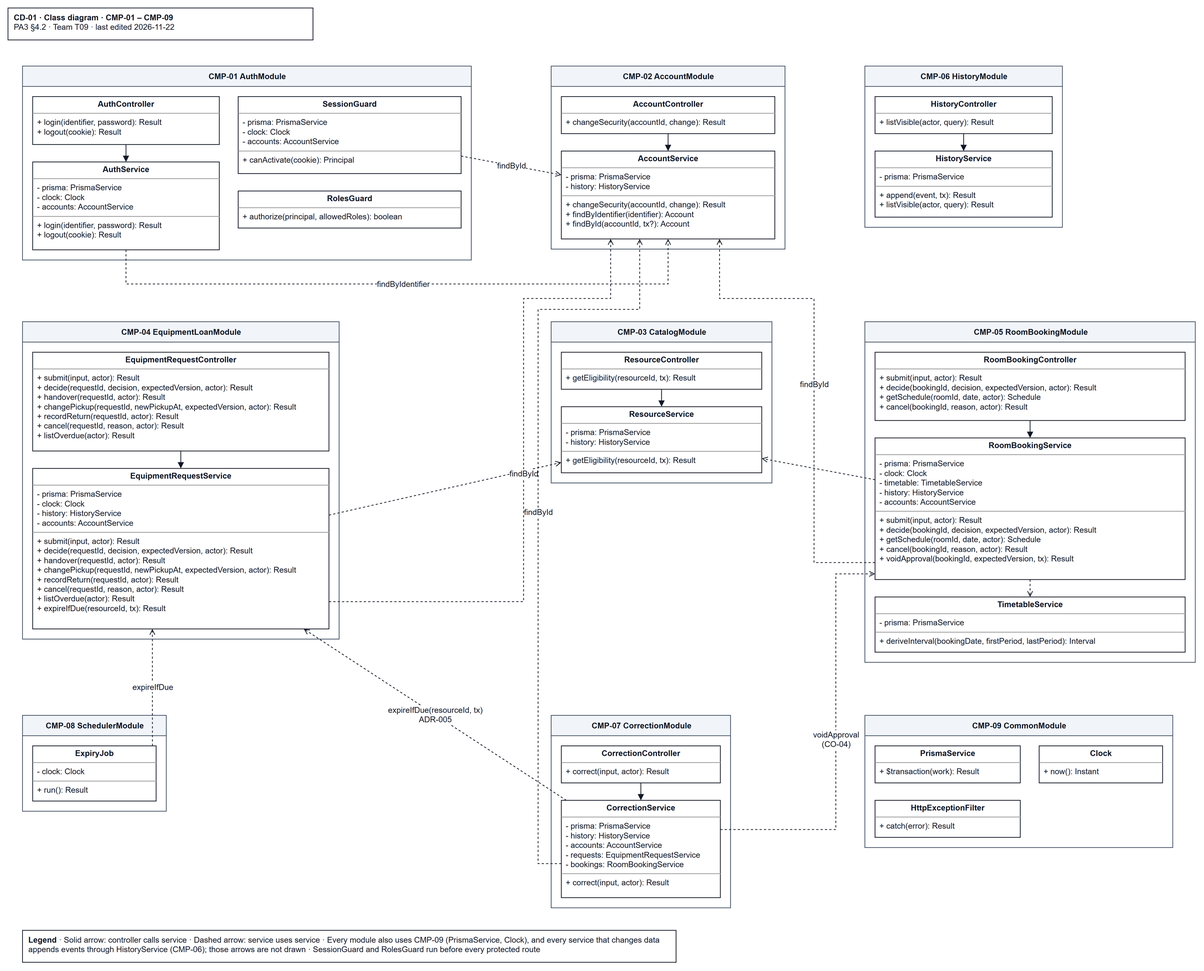
Earlier version of the draw.io export docs/design/diagrams/CD-01_component-classes.drawio.png (JuliaTrang/T09-CampusBorrow). Source tidied: cells renumbered, new cells last; positions are measured from the earlier drawing's top-left corner, leaving out a move shared by most shapes.
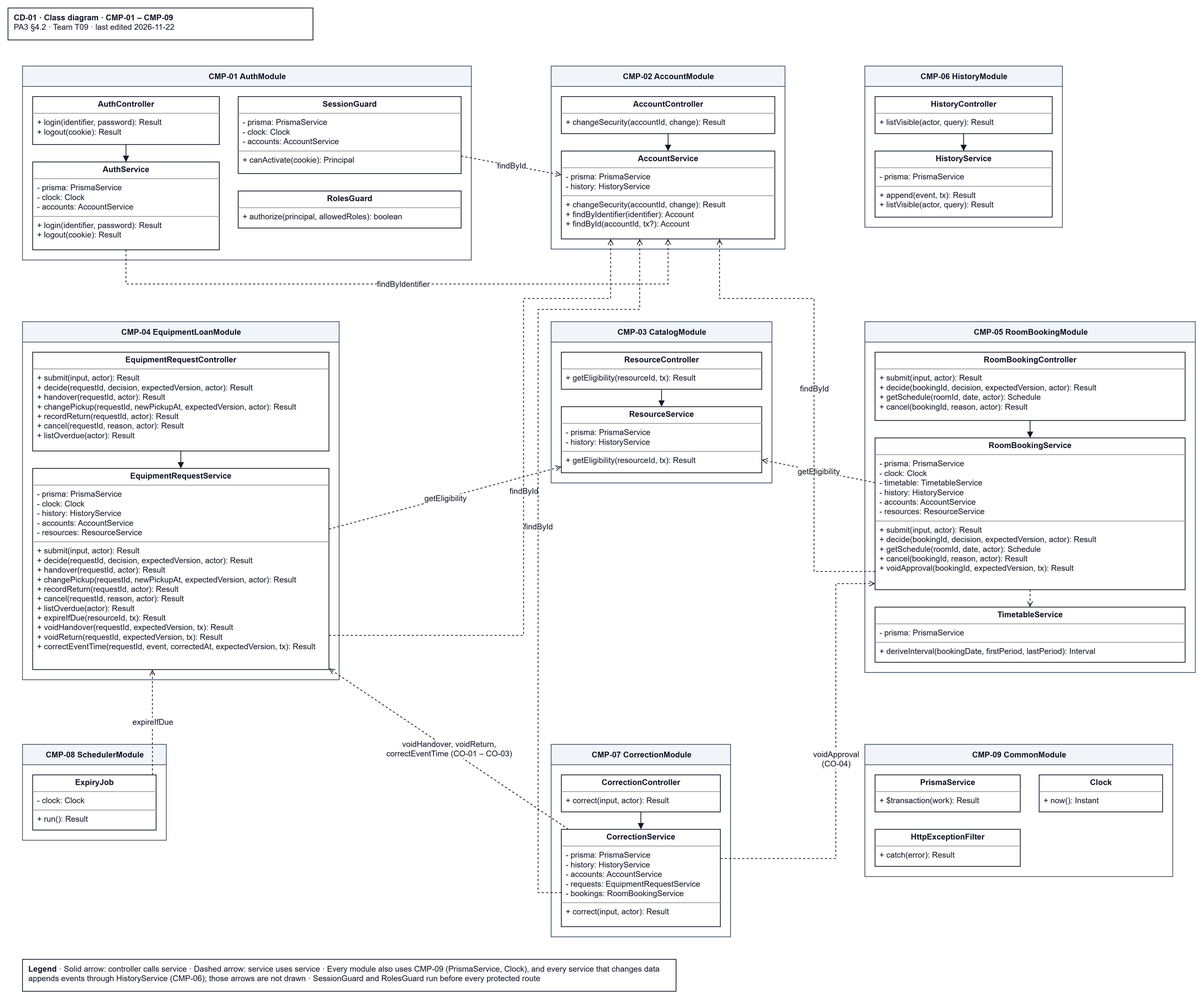
Above is the later version.

Commit message:
docs(pa3): route CO-01 to CO-03 through CMP-04, add ResourceService dependency and fix C4-L2 colour

Change to the diagram source:
```diff
@@ -39,13 +39,13 @@
       <mxGeometry x="14" y="117" width="244" height="91" as="geometry" />
     </mxCell>
     <mxCell id="14" value="CMP-04 EquipmentLoanModule" style="swimlane;startSize=28;html=1;horizontal=1;fillColor=#f1f5f9;strokeColor=#475569;fontStyle=1;rounded=0;fontFamily=Arial;fontSize=11;fontColor=#111827;" parent="1" vertex="1">
-      <mxGeometry x="20" y="432" width="436" height="437" as="geometry" />
+      <mxGeometry x="20" y="432" width="436" height="493" as="geometry" />
     </mxCell>
     <mxCell id="15" value="&lt;p style=&quot;margin:0px;margin-top:4px;text-align:center;&quot;&gt;&lt;b&gt;EquipmentRequestController&lt;/b&gt;&lt;/p&gt;&lt;hr size=&quot;1&quot;/&gt;&lt;p style=&quot;margin:0px;margin-left:6px;&quot;&gt;+ submit(input, actor): Result&lt;br&gt;+ decide(requestId, decision, expectedVersion, actor): Result&lt;br&gt;+ handover(requestId, actor): Result&lt;br&gt;+ changePickup(requestId, newPickupAt, expectedVersion, actor): Result&lt;br&gt;+ recordReturn(requestId, actor): Result&lt;br&gt;+ cancel(requestId, reason, actor): Result&lt;br&gt;+ listOverdue(actor): Result&lt;/p&gt;" style="verticalAlign=top;align=left;overflow=fill;html=1;whiteSpace=wrap;rounded=0;strokeColor=#111827;fillColor=#ffffff;fontFamily=Arial;fontSize=11;fontColor=#111827;" parent="14" vertex="1">
       <mxGeometry x="14" y="42" width="408" height="136" as="geometry" />
     </mxCell>
-    <mxCell id="16" value="&lt;p style=&quot;margin:0px;margin-top:4px;text-align:center;&quot;&gt;&lt;b&gt;EquipmentRequestService&lt;/b&gt;&lt;/p&gt;&lt;hr size=&quot;1&quot;/&gt;&lt;p style=&quot;margin:0px;margin-left:6px;&quot;&gt;- prisma: PrismaService&lt;br&gt;- clock: Clock&lt;br&gt;- history: HistoryService&lt;br&gt;- accounts: AccountService&lt;/p&gt;&lt;hr size=&quot;1&quot;/&gt;&lt;p style=&quot;margin:0px;margin-left:6px;&quot;&gt;+ submit(input, actor): Result&lt;br&gt;+ decide(requestId, decision, expectedVersion, actor): Result&lt;br&gt;+ handover(requestId, actor): Result&lt;br&gt;+ changePickup(requestId, newPickupAt, expectedVersion, actor): Result&lt;br&gt;+ recordReturn(requestId, actor): Result&lt;br&gt;+ cancel(requestId, reason, actor): Result&lt;br&gt;+ listOverdue(actor): Result&lt;br&gt;+ expireIfDue(resourceId, tx): Result&lt;/p&gt;" style="verticalAlign=top;align=left;overflow=fill;html=1;whiteSpace=wrap;rounded=0;strokeColor=#111827;fillColor=#ffffff;fontFamily=Arial;fontSize=11;fontColor=#111827;" parent="14" vertex="1">
-      <mxGeometry x="14" y="202" width="408" height="221" as="geometry" />
+    <mxCell id="16" value="&lt;p style=&quot;margin:0px;margin-top:4px;text-align:center;&quot;&gt;&lt;b&gt;EquipmentRequestService&lt;/b&gt;&lt;/p&gt;&lt;hr size=&quot;1&quot;/&gt;&lt;p style=&quot;margin:0px;margin-left:6px;&quot;&gt;- prisma: PrismaService&lt;br&gt;- clock: Clock&lt;br&gt;- history: HistoryService&lt;br&gt;- accounts: AccountService&lt;br&gt;- resources: ResourceService&lt;/p&gt;&lt;hr size=&quot;1&quot;/&gt;&lt;p style=&quot;margin:0px;margin-left:6px;&quot;&gt;+ submit(input, actor): Result&lt;br&gt;+ decide(requestId, decision, expectedVersion, actor): Result&lt;br&gt;+ handover(requestId, actor): Result&lt;br&gt;+ changePickup(requestId, newPickupAt, expectedVersion, actor): Result&lt;br&gt;+ recordReturn(requestId, actor): Result&lt;br&gt;+ cancel(requestId, reason, actor): Result&lt;br&gt;+ listOverdue(actor): Result&lt;br&gt;+ expireIfDue(resourceId, tx): Result&lt;br&gt;+ voidHandover(requestId, expectedVersion, tx): Result&lt;br&gt;+ voidReturn(requestId, expectedVersion, tx): Result&lt;br&gt;+ correctEventTime(requestId, event, correctedAt, expectedVersion, tx): Result&lt;/p&gt;" style="verticalAlign=top;align=left;overflow=fill;html=1;whiteSpace=wrap;rounded=0;strokeColor=#111827;fillColor=#ffffff;fontFamily=Arial;fontSize=11;fontColor=#111827;" parent="14" vertex="1">
+      <mxGeometry x="14" y="202" width="408" height="277" as="geometry" />
     </mxCell>
     <mxCell id="17" value="CMP-03 CatalogModule" style="swimlane;startSize=28;html=1;horizontal=1;fillColor=#f1f5f9;strokeColor=#475569;fontStyle=1;rounded=0;fontFamily=Arial;fontSize=11;fontColor=#111827;" parent="1" vertex="1">
       <mxGeometry x="748" y="432" width="304" height="222" as="geometry" />
@@ -57,25 +57,25 @@
       <mxGeometry x="14" y="117" width="276" height="91" as="geometry" />
     </mxCell>
     <mxCell id="20" value="CMP-05 RoomBookingModule" style="swimlane;startSize=28;html=1;horizontal=1;fillColor=#f1f5f9;strokeColor=#475569;fontStyle=1;rounded=0;fontFamily=Arial;fontSize=11;fontColor=#111827;" parent="1" vertex="1">
-      <mxGeometry x="1180" y="432" width="455" height="469" as="geometry" />
+      <mxGeometry x="1180" y="432" width="455" height="483" as="geometry" />
     </mxCell>
     <mxCell id="21" value="&lt;p style=&quot;margin:0px;margin-top:4px;text-align:center;&quot;&gt;&lt;b&gt;RoomBookingController&lt;/b&gt;&lt;/p&gt;&lt;hr size=&quot;1&quot;/&gt;&lt;p style=&quot;margin:0px;margin-left:6px;&quot;&gt;+ submit(input, actor): Result&lt;br&gt;+ decide(bookingId, decision, expectedVersion, actor): Result&lt;br&gt;+ getSchedule(roomId, date, actor): Schedule&lt;br&gt;+ cancel(bookingId, reason, actor): Result&lt;/p&gt;" style="verticalAlign=top;align=left;overflow=fill;html=1;whiteSpace=wrap;rounded=0;strokeColor=#111827;fillColor=#ffffff;fontFamily=Arial;fontSize=11;fontColor=#111827;" parent="20" vertex="1">
       <mxGeometry x="14" y="42" width="427" height="94" as="geometry" />
     </mxCell>
-    <mxCell id="22" value="&lt;p style=&quot;margin:0px;margin-top:4px;text-align:center;&quot;&gt;&lt;b&gt;RoomBookingService&lt;/b&gt;&lt;/p&gt;&lt;hr size=&quot;1&quot;/&gt;&lt;p style=&quot;margin:0px;margin-left:6px;&quot;&gt;- prisma: PrismaService&lt;br&gt;- clock: Clock&lt;br&gt;- timetable: TimetableService&lt;br&gt;- history: HistoryService&lt;br&gt;- accounts: AccountService&lt;/p&gt;&lt;hr size=&quot;1&quot;/&gt;&lt;p style=&quot;margin:0px;margin-left:6px;&quot;&gt;+ submit(input, actor): Result&lt;br&gt;+ decide(bookingId, decision, expectedVersion, actor): Result&lt;br&gt;+ getSchedule(roomId, date, actor): Schedule&lt;br&gt;+ cancel(bookingId, reason, actor): Result&lt;br&gt;+ voidApproval(bookingId, expectedVersion, tx): Result&lt;/p&gt;" style="verticalAlign=top;align=left;overflow=fill;html=1;whiteSpace=wrap;rounded=0;strokeColor=#111827;fillColor=#ffffff;fontFamily=Arial;fontSize=11;fontColor=#111827;" parent="20" vertex="1">
-      <mxGeometry x="14" y="160" width="427" height="195" as="geometry" />
+    <mxCell id="22" value="&lt;p style=&quot;margin:0px;margin-top:4px;text-align:center;&quot;&gt;&lt;b&gt;RoomBookingService&lt;/b&gt;&lt;/p&gt;&lt;hr size=&quot;1&quot;/&gt;&lt;p style=&quot;margin:0px;margin-left:6px;&quot;&gt;- prisma: PrismaService&lt;br&gt;- clock: Clock&lt;br&gt;- timetable: TimetableService&lt;br&gt;- history: HistoryService&lt;br&gt;- accounts: AccountService&lt;br&gt;- resources: ResourceService&lt;/p&gt;&lt;hr size=&quot;1&quot;/&gt;&lt;p style=&quot;margin:0px;margin-left:6px;&quot;&gt;+ submit(input, actor): Result&lt;br&gt;+ decide(bookingId, decision, expectedVersion, actor): Result&lt;br&gt;+ getSchedule(roomId, date, actor): Schedule&lt;br&gt;+ cancel(bookingId, reason, actor): Result&lt;br&gt;+ voidApproval(bookingId, expectedVersion, tx): Result&lt;/p&gt;" style="verticalAlign=top;align=left;overflow=fill;html=1;whiteSpace=wrap;rounded=0;strokeColor=#111827;fillColor=#ffffff;fontFamily=Arial;fontSize=11;fontColor=#111827;" parent="20" vertex="1">
+      <mxGeometry x="14" y="160" width="427" height="209" as="geometry" />
     </mxCell>
     <mxCell id="23" value="&lt;p style=&quot;margin:0px;margin-top:4px;text-align:center;&quot;&gt;&lt;b&gt;TimetableService&lt;/b&gt;&lt;/p&gt;&lt;hr size=&quot;1&quot;/&gt;&lt;p style=&quot;margin:0px;margin-left:6px;&quot;&gt;- prisma: PrismaService&lt;/p&gt;&lt;hr size=&quot;1&quot;/&gt;&lt;p style=&quot;margin:0px;margin-left:6px;&quot;&gt;+ deriveInterval(bookingDate, firstPeriod, lastPeriod): Interval&lt;/p&gt;" style="verticalAlign=top;align=left;overflow=fill;html=1;whiteSpace=wrap;rounded=0;strokeColor=#111827;fillColor=#ffffff;fontFamily=Arial;fontSize=11;fontColor=#111827;" parent="20" vertex="1">
-      <mxGeometry x="14" y="379" width="427" height="76" as="geometry" />
+      <mxGeometry x="14" y="393" width="427" height="76" as="geometry" />
     </mxCell>
     <mxCell id="24" value="CMP-08 SchedulerModule" style="swimlane;startSize=28;html=1;horizontal=1;fillColor=#f1f5f9;strokeColor=#475569;fontStyle=1;rounded=0;fontFamily=Arial;fontSize=11;fontColor=#111827;" parent="1" vertex="1">
-      <mxGeometry x="20" y="974" width="198" height="132" as="geometry" />
+      <mxGeometry x="20" y="1014" width="198" height="132" as="geometry" />
     </mxCell>
     <mxCell id="25" value="&lt;p style=&quot;margin:0px;margin-top:4px;text-align:center;&quot;&gt;&lt;b&gt;ExpiryJob&lt;/b&gt;&lt;/p&gt;&lt;hr size=&quot;1&quot;/&gt;&lt;p style=&quot;margin:0px;margin-left:6px;&quot;&gt;- clock: Clock&lt;/p&gt;&lt;hr size=&quot;1&quot;/&gt;&lt;p style=&quot;margin:0px;margin-left:6px;&quot;&gt;+ run(): Result&lt;/p&gt;" style="verticalAlign=top;align=left;overflow=fill;html=1;whiteSpace=wrap;rounded=0;strokeColor=#111827;fillColor=#ffffff;fontFamily=Arial;fontSize=11;fontColor=#111827;" parent="24" vertex="1">
       <mxGeometry x="14" y="42" width="170" height="76" as="geometry" />
     </mxCell>
     <mxCell id="26" value="CMP-07 CorrectionModule" style="swimlane;startSize=28;html=1;horizontal=1;fillColor=#f1f5f9;strokeColor=#475569;fontStyle=1;rounded=0;fontFamily=Arial;fontSize=11;fontColor=#111827;" parent="1" vertex="1">
-      <mxGeometry x="748" y="974" width="247" height="265" as="geometry" />
+      <mxGeometry x="748" y="1014" width="247" height="265" as="geometry" />
     </mxCell>
     <mxCell id="27" value="&lt;p style=&quot;margin:0px;margin-top:4px;text-align:center;&quot;&gt;&lt;b&gt;CorrectionController&lt;/b&gt;&lt;/p&gt;&lt;hr size=&quot;1&quot;/&gt;&lt;p style=&quot;margin:0px;margin-left:6px;&quot;&gt;+ correct(input, actor): Result&lt;/p&gt;" style="verticalAlign=top;align=left;overflow=fill;html=1;whiteSpace=wrap;rounded=0;strokeColor=#111827;fillColor=#ffffff;fontFamily=Arial;fontSize=11;fontColor=#111827;" parent="26" vertex="1">
       <mxGeometry x="14" y="42" width="219" height="51" as="geometry" />
@@ -84,7 +84,7 @@
       <mxGeometry x="14" y="117" width="219" height="134" as="geometry" />
     </mxCell>
     <mxCell id="29" value="CMP-09 CommonModule" style="swimlane;startSize=28;html=1;horizontal=1;fillColor=#f1f5f9;strokeColor=#475569;fontStyle=1;rounded=0;fontFamily=Arial;fontSize=11;fontColor=#111827;" parent="1" vertex="1">
-      <mxGeometry x="1180" y="974" width="424" height="182" as="geometry" />
+      <mxGeometry x="1180" y="1014" width="424" height="182" as="geometry" />
     </mxCell>
     <mxCell id="30" value="&lt;p style=&quot;margin:0px;margin-top:4px;text-align:center;&quot;&gt;&lt;b&gt;PrismaService&lt;/b&gt;&lt;/p&gt;&lt;hr size=&quot;1&quot;/&gt;&lt;p style=&quot;margin:0px;margin-left:6px;&quot;&gt;+ $transaction(work): Result&lt;/p&gt;" style="verticalAlign=top;align=left;overflow=fill;html=1;whiteSpace=wrap;rounded=0;strokeColor=#111827;fillColor=#ffffff;fontFamily=Arial;fontSize=11;fontColor=#111827;" parent="29" vertex="1">
       <mxGeometry x="14" y="42" width="200" height="51" as="geometry" />
@@ -127,23 +127,23 @@
         </Array>
       </mxGeometry>
     </mxCell>
-    <mxCell id="42" style="rounded=0;html=1;endArrow=open;endFill=0;dashed=1;strokeColor=#111827;fontFamily=Arial;fontSize=11;fontColor=#111827;" parent="1" edge="1" source="16" target="19">
+    <mxCell id="42" value="getEligibility" style="rounded=0;html=1;endArrow=open;endFill=0;dashed=1;strokeColor=#111827;fontFamily=Arial;fontSize=11;fontColor=#111827;" parent="1" edge="1" source="16" target="19">
       <mxGeometry relative="1" as="geometry" />
     </mxCell>
-    <mxCell id="43" style="rounded=0;html=1;endArrow=open;endFill=0;dashed=1;strokeColor=#111827;fontFamily=Arial;fontSize=11;fontColor=#111827;" parent="1" edge="1" source="22" target="19">
+    <mxCell id="43" value="getEligibility" style="rounded=0;html=1;endArrow=open;endFill=0;dashed=1;strokeColor=#111827;fontFamily=Arial;fontSize=11;fontColor=#111827;" parent="1" edge="1" source="22" target="19">
       <mxGeometry relative="1" as="geometry" />
     </mxCell>
     <mxCell id="44" style="rounded=0;html=1;endArrow=open;endFill=0;dashed=1;strokeColor=#111827;fontFamily=Arial;fontSize=11;fontColor=#111827;" parent="1" edge="1" source="22" target="23">
       <mxGeometry relative="1" as="geometry" />
     </mxCell>
-    <mxCell id="45" value="expireIfDue(resourceId, tx)&lt;br&gt;ADR-005" style="rounded=0;html=1;endArrow=open;endFill=0;dashed=1;strokeColor=#111827;fontFamily=Arial;fontSize=11;fontColor=#111827;" parent="1" edge="1" source="28" target="16">
+    <mxCell id="45" value="voidHandover, voidReturn,&lt;br&gt;correctEventTime (CO-01 – CO-03)" style="rounded=0;html=1;endArrow=open;endFill=0;dashed=1;strokeColor=#111827;fontFamily=Arial;fontSize=11;fontColor=#111827;" parent="1" edge="1" source="28" target="16">
       <mxGeometry relative="1" as="geometry" />
     </mxCell>
     <mxCell id="46" value="voidApproval&lt;br&gt;(CO-04)" style="rounded=0;html=1;endArrow=open;endFill=0;dashed=1;strokeColor=#111827;fontFamily=Arial;fontSize=11;fontColor=#111827;edgeStyle=orthogonalEdgeStyle;exitX=1;exitY=0.3;entryX=0;entryY=0.96;" parent="1" edge="1" source="28" target="22">
       <mxGeometry relative="1" as="geometry">
         <Array as="points">
-          <mxPoint x="1140" y="1131" />
-          <mxPoint x="1140" y="779" />
+          <mxPoint x="1140" y="1171" />
+          <mxPoint x="1140" y="793" />
         </Array>
       </mxGeometry>
     </mxCell>
@@ -151,12 +151,12 @@
       <mxGeometry relative="1" as="geometry" />
     </mxCell>
     <mxCell id="48" value="&lt;b&gt;Legend&lt;/b&gt; · Solid arrow: controller calls service · Dashed arrow: service uses service · Every module also uses CMP-09 (PrismaService, Clock), and every service that changes data appends events through HistoryService (CMP-06); those arrows are not drawn · SessionGuard and RolesGuard run before every protected route" style="rounded=0;whiteSpace=wrap;html=1;align=left;verticalAlign=top;spacingLeft=6;strokeColor=#111827;fillColor=#ffffff;fontFamily=Arial;fontSize=11;fontColor=#111827;" parent="1" vertex="1">
-      <mxGeometry x="20" y="1270" width="900" height="44" as="geometry" />
+      <mxGeometry x="20" y="1310" width="900" height="44" as="geometry" />
     </mxCell>
     <mxCell id="49" value="findById" style="rounded=0;html=1;endArrow=open;endFill=0;dashed=1;strokeColor=#111827;fontFamily=Arial;fontSize=11;fontColor=#111827;edgeStyle=orthogonalEdgeStyle;exitX=1;exitY=0.83;entryX=0.231;entryY=1;" parent="1" edge="1" source="16" target="10">
       <mxGeometry relative="1" as="geometry">
         <Array as="points">
-          <mxPoint x="710" y="817" />
+          <mxPoint x="710" y="864" />
           <mxPoint x="710" y="400" />
           <mxPoint x="830" y="400" />
         </Array>
@@ -165,7 +165,7 @@
     <mxCell id="50" value="findById" style="rounded=0;html=1;endArrow=open;endFill=0;dashed=1;strokeColor=#111827;fontFamily=Arial;fontSize=11;fontColor=#111827;edgeStyle=orthogonalEdgeStyle;exitX=0;exitY=0.88;entryX=0.741;entryY=1;" parent="1" edge="1" source="22" target="10">
       <mxGeometry relative="1" as="geometry">
         <Array as="points">
-          <mxPoint x="1110" y="764" />
+          <mxPoint x="1110" y="776" />
           <mxPoint x="1110" y="400" />
           <mxPoint x="980" y="400" />
         </Array>
@@ -174,7 +174,7 @@
     <mxCell id="51" value="findById" style="rounded=0;html=1;endArrow=open;endFill=0;dashed=1;strokeColor=#111827;fontFamily=Arial;fontSize=11;fontColor=#111827;edgeStyle=orthogonalEdgeStyle;exitX=0;exitY=0.65;entryX=0.367;entryY=1;" parent="1" edge="1" source="28" target="10">
       <mxGeometry relative="1" as="geometry">
         <Array as="points">
-          <mxPoint x="730" y="1178" />
+          <mxPoint x="730" y="1218" />
           <mxPoint x="730" y="415" />
           <mxPoint x="870" y="415" />
         </Array>
```
